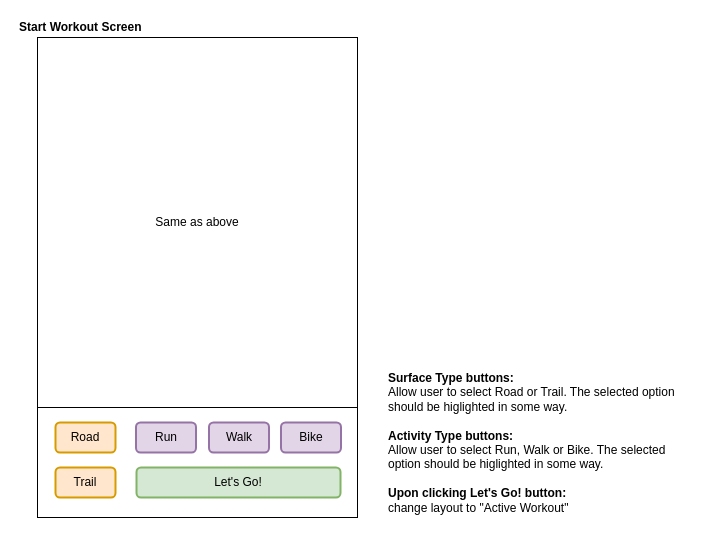
Above: design/ui-specs/02-start-workout.drawio in cobbzilla/vastra-ios (draw.io), before the change. Source tidied: cells renumbered, new cells numbered last; positions are measured from the earlier drawing's top-left corner, leaving out a move shared by most shapes. Both pictures are drawn from the tidied source at 100%, with x=0, y=0 at pixel (17, 17).
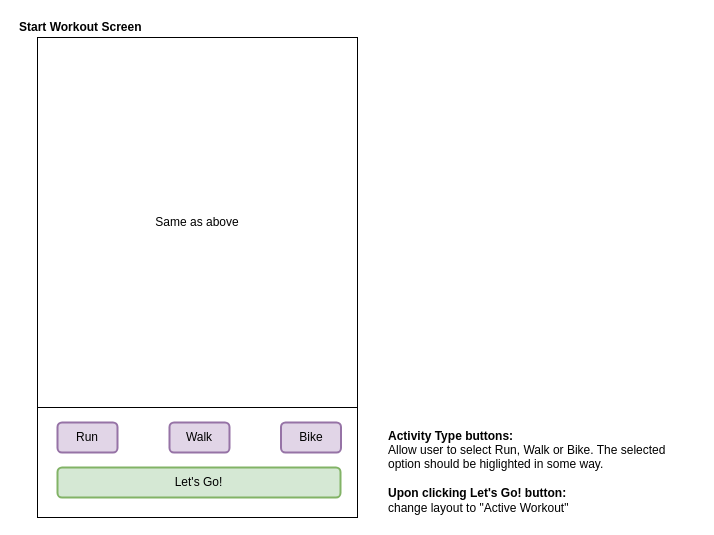
The same diagram, later.

Diff of the diagram source:
```diff
@@
 <mxGraphModel>
   <root>
     <mxCell id="0" />
     <mxCell id="1" parent="0" />
     <mxCell id="2" value="Start Workout Screen" style="text;html=1;strokeColor=none;fillColor=none;align=left;verticalAlign=middle;whiteSpace=wrap;rounded=0;fontStyle=1;" parent="1" vertex="1">
       <mxGeometry width="230" height="20" as="geometry" />
     </mxCell>
     <mxCell id="3" style="rounded=0;whiteSpace=wrap;html=1;" parent="1" vertex="1">
       <mxGeometry x="20" y="20" width="320" height="480" as="geometry" />
     </mxCell>
     <mxCell id="4" value="Same as above&lt;br&gt;" style="rounded=0;whiteSpace=wrap;html=1;spacingLeft=10;spacingRight=10;" parent="1" vertex="1">
       <mxGeometry x="20" y="20" width="320" height="370" as="geometry" />
     </mxCell>
-    <mxCell id="5" value="Road" style="rounded=1;whiteSpace=wrap;html=1;strokeWidth=2;perimeterSpacing=0;fillColor=#ffe6cc;strokeColor=#d79b00;" parent="1" vertex="1">
-      <mxGeometry x="38" y="405" width="60" height="30" as="geometry" />
-    </mxCell>
-    <mxCell id="6" value="Trail" style="rounded=1;whiteSpace=wrap;html=1;strokeWidth=2;perimeterSpacing=0;fillColor=#ffe6cc;strokeColor=#d79b00;" parent="1" vertex="1">
-      <mxGeometry x="38" y="450" width="60" height="30" as="geometry" />
-    </mxCell>
     <mxCell id="7" value="Run" style="rounded=1;whiteSpace=wrap;html=1;strokeWidth=2;perimeterSpacing=0;fillColor=#e1d5e7;strokeColor=#9673a6;" parent="1" vertex="1">
-      <mxGeometry x="118.5" y="405" width="60" height="30" as="geometry" />
+      <mxGeometry x="40" y="405" width="60" height="30" as="geometry" />
     </mxCell>
     <mxCell id="8" value="Walk" style="rounded=1;whiteSpace=wrap;html=1;strokeWidth=2;perimeterSpacing=0;fillColor=#e1d5e7;strokeColor=#9673a6;" parent="1" vertex="1">
-      <mxGeometry x="191.5" y="405" width="60" height="30" as="geometry" />
+      <mxGeometry x="152" y="405" width="60" height="30" as="geometry" />
     </mxCell>
     <mxCell id="9" value="Bike" style="rounded=1;whiteSpace=wrap;html=1;strokeWidth=2;perimeterSpacing=0;fillColor=#e1d5e7;strokeColor=#9673a6;" parent="1" vertex="1">
       <mxGeometry x="263.5" y="405" width="60" height="30" as="geometry" />
     </mxCell>
     <mxCell id="10" value="Let's Go!" style="rounded=1;whiteSpace=wrap;html=1;strokeWidth=2;perimeterSpacing=0;fillColor=#d5e8d4;strokeColor=#82b366;" parent="1" vertex="1">
-      <mxGeometry x="119" y="450" width="204" height="30" as="geometry" />
+      <mxGeometry x="40" y="450" width="283" height="30" as="geometry" />
     </mxCell>
-    <mxCell id="11" value="&lt;div style=&quot;text-align: left&quot;&gt;&lt;b&gt;Surface Type buttons:&lt;/b&gt;&lt;/div&gt;&lt;div style=&quot;text-align: left&quot;&gt;Allow user to select Road or Trail. The selected option should be higlighted in some way.&lt;/div&gt;&lt;div style=&quot;text-align: left&quot;&gt;&lt;br&gt;&lt;/div&gt;&lt;div style=&quot;text-align: left&quot;&gt;&lt;b&gt;Activity Type buttons:&lt;/b&gt;&lt;/div&gt;&lt;div style=&quot;text-align: left&quot;&gt;Allow user to select Run, Walk or Bike. The selected option should be higlighted in some way.&lt;/div&gt;&lt;div style=&quot;text-align: left&quot;&gt;&lt;br&gt;&lt;/div&gt;&lt;div style=&quot;text-align: left&quot;&gt;&lt;b&gt;Upon clicking Let's Go! button:&lt;/b&gt;&lt;/div&gt;&lt;div style=&quot;text-align: left&quot;&gt;change layout to &quot;Active Workout&quot;&lt;/div&gt;" style="text;html=1;strokeColor=none;fillColor=none;align=center;verticalAlign=bottom;whiteSpace=wrap;rounded=0;" parent="1" vertex="1">
+    <mxCell id="11" value="&lt;div style=&quot;text-align: left&quot;&gt;&lt;br&gt;&lt;/div&gt;&lt;div style=&quot;text-align: left&quot;&gt;&lt;b&gt;Activity Type buttons:&lt;/b&gt;&lt;/div&gt;&lt;div style=&quot;text-align: left&quot;&gt;Allow user to select Run, Walk or Bike. The selected option should be higlighted in some way.&lt;/div&gt;&lt;div style=&quot;text-align: left&quot;&gt;&lt;br&gt;&lt;/div&gt;&lt;div style=&quot;text-align: left&quot;&gt;&lt;b&gt;Upon clicking Let's Go! button:&lt;/b&gt;&lt;/div&gt;&lt;div style=&quot;text-align: left&quot;&gt;change layout to &quot;Active Workout&quot;&lt;/div&gt;" style="text;html=1;strokeColor=none;fillColor=none;align=center;verticalAlign=bottom;whiteSpace=wrap;rounded=0;" parent="1" vertex="1">
       <mxGeometry x="370" y="230" width="310" height="270" as="geometry" />
     </mxCell>
   </root>
 </mxGraphModel>
```
